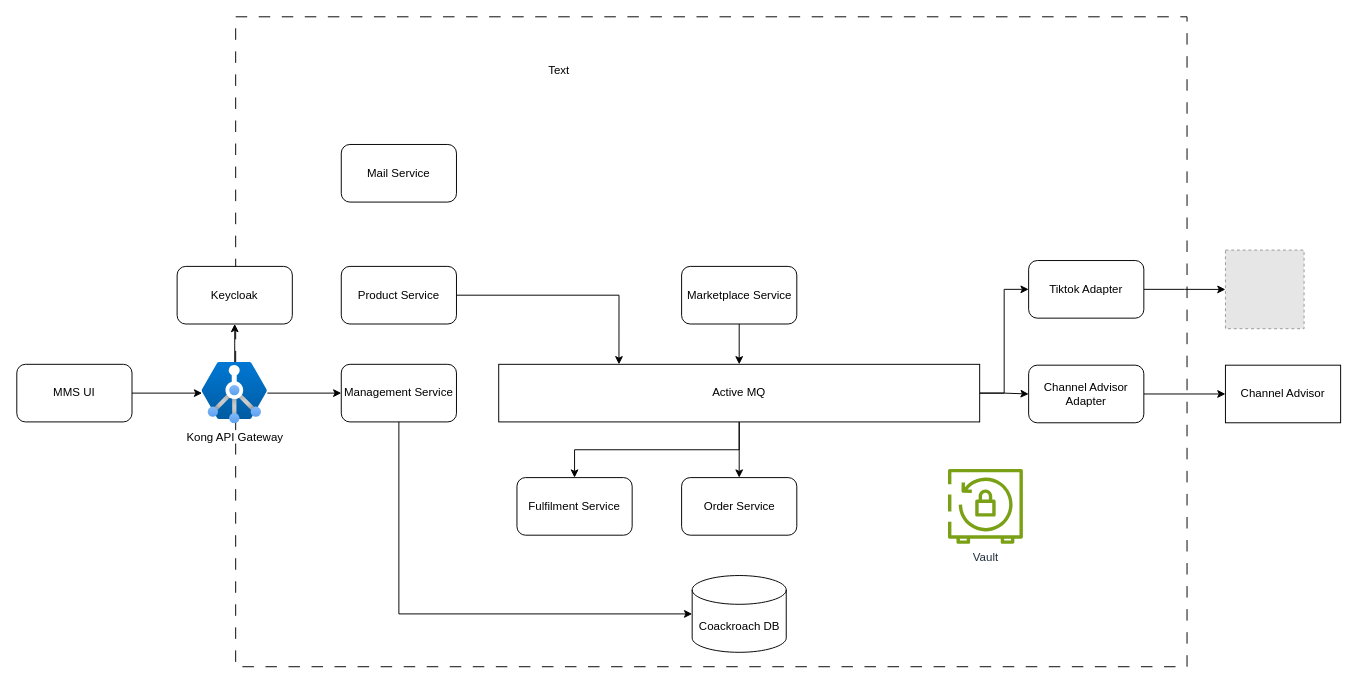
minhtran-q/hibernate-knowledge keeps this draw.io diagram as page "Page-16" (16 of 16) of hibernate.drawio. Above is the earlier version. Source tidied: cells renumbered, new cells numbered last; positions are measured from the earlier drawing's top-left corner, leaving out a move shared by most shapes. Both pictures are drawn from the tidied source at 96%, with x=0, y=0 at pixel (16, 16). Pictures stored in the file or linked from it are replaced by grey dashed boxes.
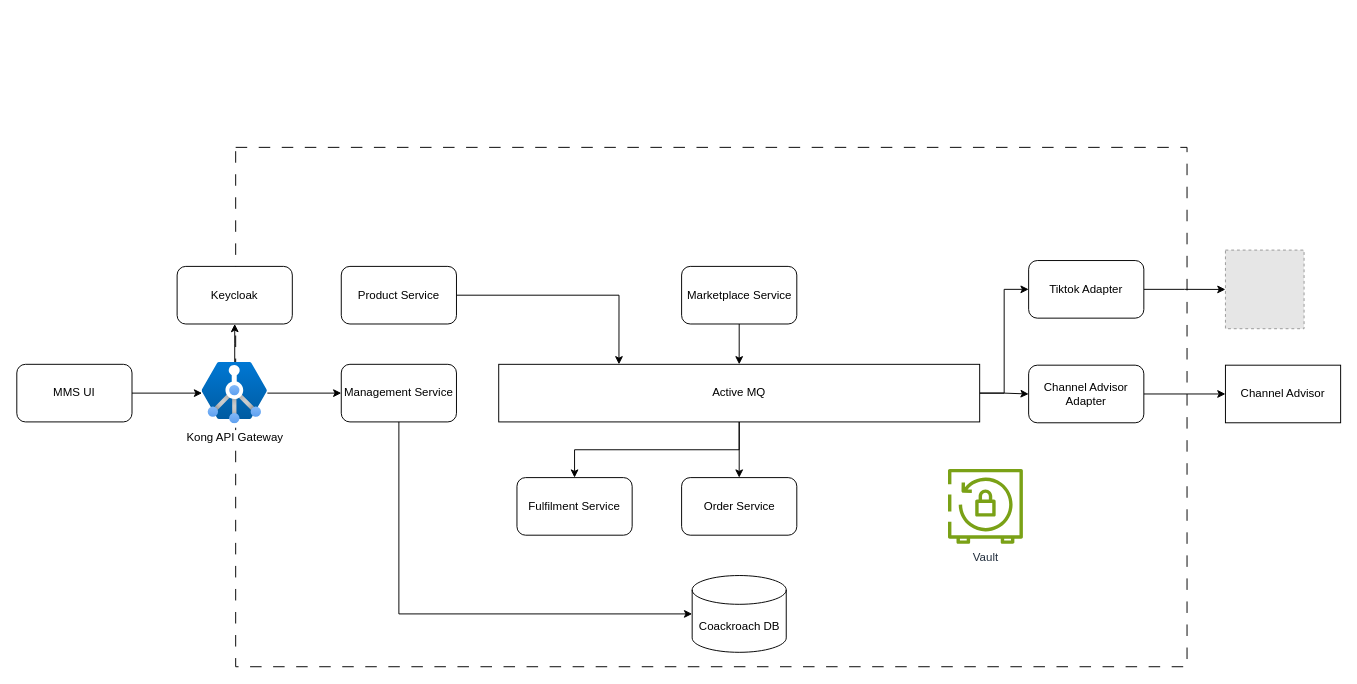
The same page after the edit.

What changed in the source:
```diff
@@
     <mxCell id="2" style="rounded=0;whiteSpace=wrap;html=1;dashed=1;dashPattern=12 12;" parent="1" vertex="1">
-      <mxGeometry x="228" width="991" height="677" as="geometry" />
+      <mxGeometry x="228" y="136" width="991" height="541" as="geometry" />
     </mxCell>
@@
-    <mxCell id="17" value="&lt;span&gt;&lt;span dir=&quot;ltr&quot; class=&quot;ui-provider a b c d e f g h i j k l m n o p q r s t u v w x y z ab ac ae af ag ah ai aj ak&quot;&gt;Mail Service&lt;/span&gt;&lt;/span&gt;" style="rounded=1;whiteSpace=wrap;html=1;" parent="1" vertex="1">
-      <mxGeometry x="338" y="133" width="120" height="60" as="geometry" />
-    </mxCell>
@@
-    <mxCell id="30" value="Text" style="text;html=1;align=center;verticalAlign=middle;whiteSpace=wrap;rounded=0;" parent="1" vertex="1">
-      <mxGeometry x="514" y="18" width="102" height="75" as="geometry" />
-    </mxCell>
```
